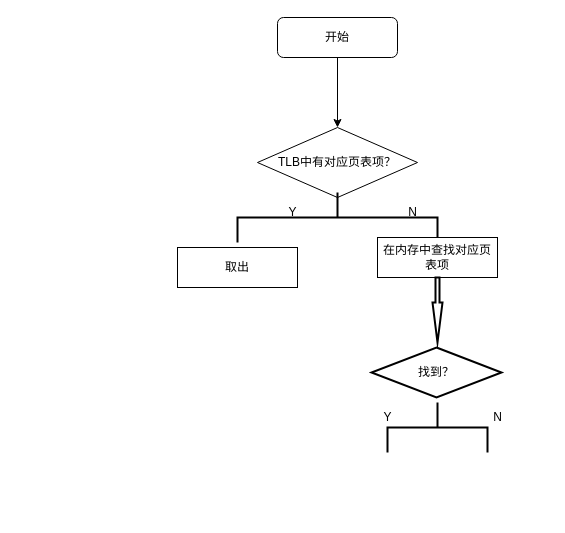
The draw.io diagram src/未命名绘图.drawio in Remaker01/BookMangerSwing, before the edit. Source tidied: cells renumbered, new cells numbered last; positions are measured from the earlier drawing's top-left corner, leaving out a move shared by most shapes. Both pictures are drawn from the tidied source at 100%, with x=0, y=0 at pixel (177, 17).
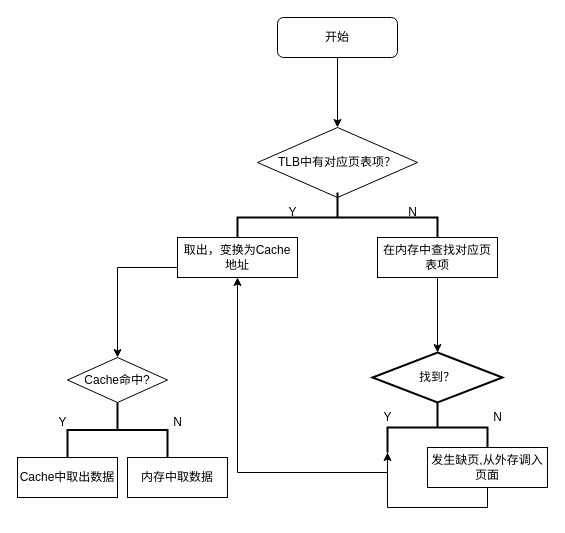
Above is the later version.

Commit message (it also covers changes not shown here):
更新未命名绘图.drawio

The change refers to these unchanged cells:
```xml
<mxCell id="9" value="在内存中查找对应页表项" style="rounded=0;whiteSpace=wrap;html=1;" parent="1" vertex="1">
  <mxGeometry x="200" y="220" width="120" height="40" as="geometry" />
</mxCell>
<mxCell id="12" style="strokeWidth=2;html=1;shape=mxgraph.flowchart.annotation_2;align=left;labelPosition=right;rotation=90;" parent="1" vertex="1">
  <mxGeometry x="235" y="360" width="50" height="100" as="geometry" />
</mxCell>
```

Change to the diagram source:
```diff
@@
+    <mxCell id="15" style="edgeStyle=orthogonalEdgeStyle;rounded=0;jettySize=auto;html=1;exitX=0;exitY=0.5;exitDx=0;exitDy=0;entryX=0.5;entryY=0;entryDx=0;entryDy=0;" parent="1" edge="1" source="8" target="25">
+      <mxGeometry relative="1" as="geometry">
+        <Array as="points">
+          <mxPoint x="-60" y="250" />
+        </Array>
+      </mxGeometry>
+    </mxCell>
-    <mxCell id="8" value="取出" style="rounded=0;whiteSpace=wrap;html=1;" parent="1" vertex="1">
-      <mxGeometry y="230" width="120" height="40" as="geometry" />
+    <mxCell id="8" value="取出，变换为Cache地址" style="rounded=0;whiteSpace=wrap;html=1;" parent="1" vertex="1">
+      <mxGeometry y="220" width="120" height="40" as="geometry" />
     </mxCell>
+    <mxCell id="16" style="edgeStyle=orthogonalEdgeStyle;rounded=0;jettySize=auto;html=1;exitX=0.5;exitY=1;exitDx=0;exitDy=0;entryX=0.5;entryY=0;entryDx=0;entryDy=0;entryPerimeter=0;" parent="1" edge="1" source="9" target="11">
+      <mxGeometry relative="1" as="geometry" />
+    </mxCell>
@@
-    <mxCell id="10" style="verticalLabelPosition=bottom;verticalAlign=top;html=1;strokeWidth=2;shape=mxgraph.arrows2.arrow;dy=0.6;dx=40;notch=0;rotation=90;" parent="1" vertex="1">
-      <mxGeometry x="227.5" y="287.5" width="65" height="10" as="geometry" />
-    </mxCell>
     <mxCell id="11" value="找到？" style="strokeWidth=2;html=1;shape=mxgraph.flowchart.decision;whiteSpace=wrap;" parent="1" vertex="1">
-      <mxGeometry x="194" y="330" width="130" height="50" as="geometry" />
+      <mxGeometry x="195" y="335" width="130" height="50" as="geometry" />
     </mxCell>
+    <mxCell id="17" style="edgeStyle=orthogonalEdgeStyle;rounded=0;jettySize=auto;html=1;exitX=1;exitY=1;exitDx=0;exitDy=0;exitPerimeter=0;entryX=0.5;entryY=1;entryDx=0;entryDy=0;" parent="1" edge="1" source="12" target="8">
+      <mxGeometry relative="1" as="geometry" />
+    </mxCell>
@@
+    <mxCell id="18" style="edgeStyle=orthogonalEdgeStyle;rounded=0;jettySize=auto;html=1;exitX=0.5;exitY=1;exitDx=0;exitDy=0;entryX=1;entryY=1;entryDx=0;entryDy=0;entryPerimeter=0;" parent="1" edge="1" source="19" target="12">
+      <mxGeometry relative="1" as="geometry" />
+    </mxCell>
+    <mxCell id="19" value="发生缺页,从外存调入页面" style="rounded=0;whiteSpace=wrap;html=1;" parent="1" vertex="1">
+      <mxGeometry x="250" y="430" width="120" height="40" as="geometry" />
+    </mxCell>
+    <mxCell id="20" style="strokeWidth=2;html=1;shape=mxgraph.flowchart.annotation_2;align=left;labelPosition=right;rotation=90;" parent="1" vertex="1">
+      <mxGeometry x="-87.5" y="362.5" width="55" height="100" as="geometry" />
+    </mxCell>
+    <mxCell id="21" value="Y" style="text;html=1;align=center;verticalAlign=middle;strokeColor=none;fillColor=none;" parent="1" vertex="1">
+      <mxGeometry x="-130" y="390" width="30" height="30" as="geometry" />
+    </mxCell>
+    <mxCell id="22" value="&lt;div&gt;N&lt;/div&gt;" style="text;html=1;align=center;verticalAlign=middle;strokeColor=none;fillColor=none;" parent="1" vertex="1">
+      <mxGeometry x="-15" y="390" width="30" height="30" as="geometry" />
+    </mxCell>
+    <mxCell id="23" value="Cache中取出数据" style="rounded=0;whiteSpace=wrap;html=1;" parent="1" vertex="1">
+      <mxGeometry x="-160" y="440" width="100" height="40" as="geometry" />
+    </mxCell>
+    <mxCell id="24" value="内存中取数据" style="rounded=0;whiteSpace=wrap;html=1;" parent="1" vertex="1">
+      <mxGeometry x="-50" y="440" width="100" height="40" as="geometry" />
+    </mxCell>
+    <mxCell id="25" value="Cache命中?" style="rhombus;whiteSpace=wrap;html=1;" parent="1" vertex="1">
+      <mxGeometry x="-110" y="340" width="100" height="45" as="geometry" />
+    </mxCell>
```
